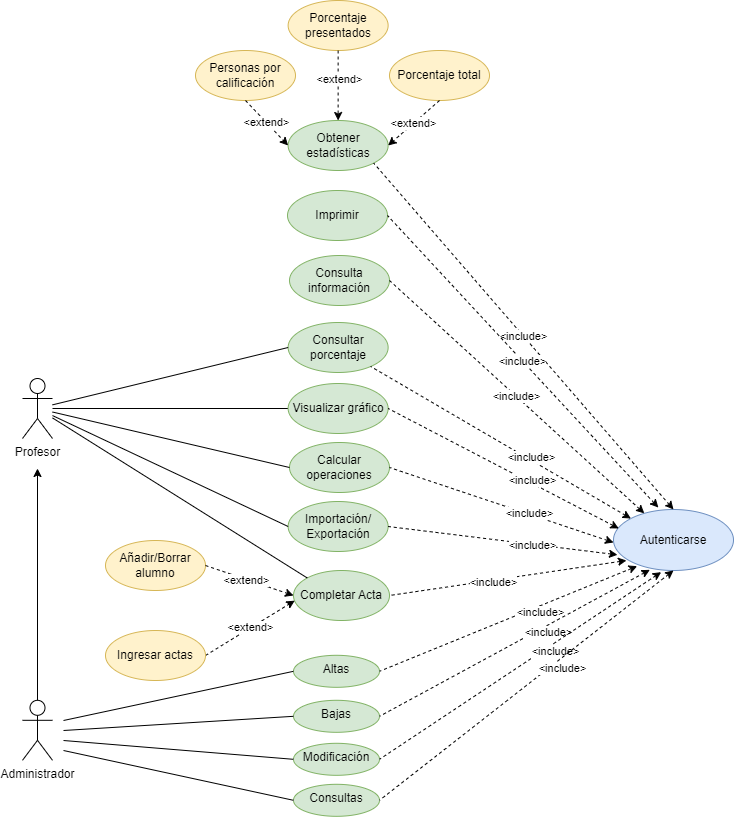
The draw.io diagram Tareas/casosUso/Tarea6-Gestión Profesores/img/GestionProfesores.drawio.png in colidom/ets, before a commit. Source tidied: cells renumbered, new cells last; positions are measured from the earlier drawing's top-left corner, leaving out a move shared by most shapes.
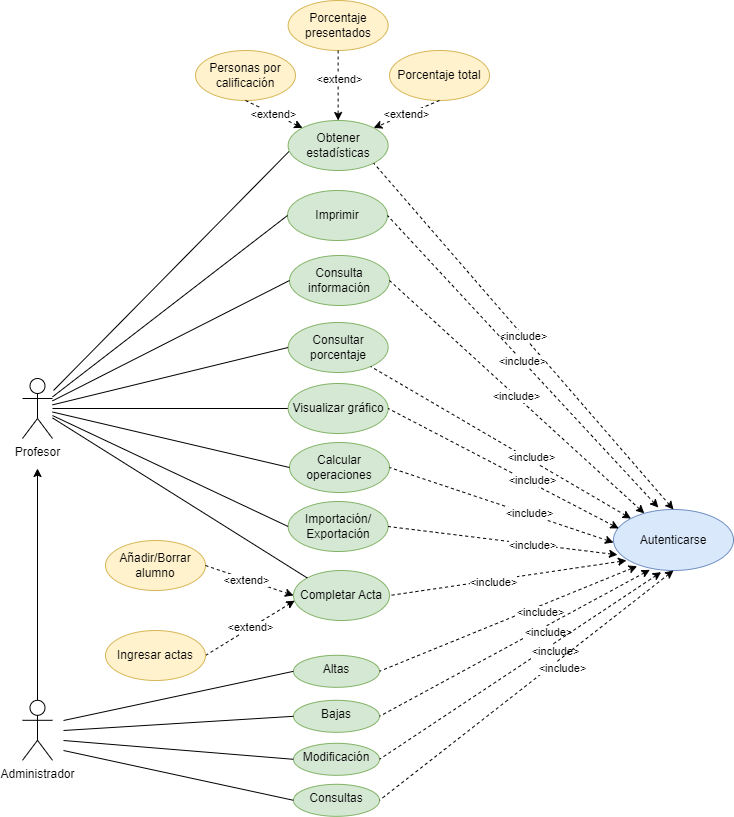
Later version of the same file.

Change to the diagram source:
```diff
@@ -78,7 +78,7 @@
     <mxCell id="25" value="&amp;lt;include&amp;gt;" style="edgeStyle=none;rounded=0;jettySize=auto;html=1;startArrow=classic;startFill=1;endArrow=none;endFill=0;entryX=1;entryY=1;entryDx=0;entryDy=0;dashed=1;exitX=0.5;exitY=0;exitDx=0;exitDy=0;" parent="1" edge="1" source="10" target="12">
       <mxGeometry relative="1" as="geometry" />
     </mxCell>
-    <mxCell id="26" value="&amp;lt;extend&amp;gt;" style="endArrow=classic;html=1;rounded=0;dashed=1;entryX=1;entryY=0.5;entryDx=0;entryDy=0;exitX=0.5;exitY=1;exitDx=0;exitDy=0;" parent="1" edge="1" source="15" target="12">
+    <mxCell id="26" value="&amp;lt;extend&amp;gt;" style="endArrow=classic;html=1;rounded=0;dashed=1;entryX=1;entryY=0;entryDx=0;entryDy=0;exitX=0.5;exitY=1;exitDx=0;exitDy=0;" parent="1" edge="1" source="15" target="12">
       <mxGeometry relative="1" as="geometry" />
     </mxCell>
     <mxCell id="27" style="endArrow=classic;html=1;rounded=0;dashed=1;exitX=0.5;exitY=1;exitDx=0;exitDy=0;entryX=0.5;entryY=0;entryDx=0;entryDy=0;" parent="1" edge="1" source="14" target="12">
@@ -87,7 +87,7 @@
     <mxCell id="28" value="&amp;lt;extend&amp;gt;" style="edgeLabel;html=1;align=center;verticalAlign=middle;" parent="27" vertex="1">
       <mxGeometry x="-0.17" y="1" relative="1" as="geometry" />
     </mxCell>
-    <mxCell id="29" value="&amp;lt;extend&amp;gt;" style="endArrow=classic;html=1;rounded=0;dashed=1;exitX=0.5;exitY=1;exitDx=0;exitDy=0;entryX=0;entryY=0.5;entryDx=0;entryDy=0;" parent="1" edge="1" source="13" target="12">
+    <mxCell id="29" value="&amp;lt;extend&amp;gt;" style="endArrow=classic;html=1;rounded=0;dashed=1;exitX=0.5;exitY=1;exitDx=0;exitDy=0;entryX=0;entryY=0;entryDx=0;entryDy=0;" parent="1" edge="1" source="13" target="12">
       <mxGeometry relative="1" as="geometry" />
     </mxCell>
     <mxCell id="30" style="endArrow=none;html=1;rounded=0;dashed=1;endFill=0;startArrow=classic;startFill=1;exitX=0;exitY=0;exitDx=0;exitDy=0;" parent="1" edge="1" source="10" target="16">
@@ -204,5 +204,16 @@
     <mxCell id="59" value="&amp;lt;include&amp;gt;" style="edgeStyle=none;rounded=0;jettySize=auto;html=1;startArrow=classic;startFill=1;endArrow=none;endFill=0;entryX=1;entryY=0.5;entryDx=0;entryDy=0;dashed=1;exitX=0.374;exitY=-0.032;exitDx=0;exitDy=0;exitPerimeter=0;" parent="1" edge="1" source="10" target="58">
       <mxGeometry relative="1" as="geometry" />
     </mxCell>
+    <mxCell id="60" style="edgeStyle=none;rounded=0;jettySize=auto;html=1;startArrow=none;startFill=0;endArrow=none;endFill=0;entryX=0;entryY=0.5;entryDx=0;entryDy=0;" parent="1" edge="1" source="3" target="11">
+      <mxGeometry relative="1" as="geometry" />
+    </mxCell>
+    <mxCell id="61" style="edgeStyle=none;rounded=0;jettySize=auto;html=1;startArrow=none;startFill=0;endArrow=none;endFill=0;entryX=0;entryY=0.5;entryDx=0;entryDy=0;" parent="1" edge="1" source="3" target="58">
+      <mxGeometry relative="1" as="geometry" />
+    </mxCell>
+    <mxCell id="62" style="edgeStyle=none;rounded=0;jettySize=auto;html=1;startArrow=none;startFill=0;endArrow=none;endFill=0;entryX=0.007;entryY=0.623;entryDx=0;entryDy=0;entryPerimeter=0;" parent="1" edge="1" target="12">
+      <mxGeometry relative="1" as="geometry">
+        <mxPoint x="31" y="390" as="sourcePoint" />
+      </mxGeometry>
+    </mxCell>
   </root>
 </mxGraphModel>
```
